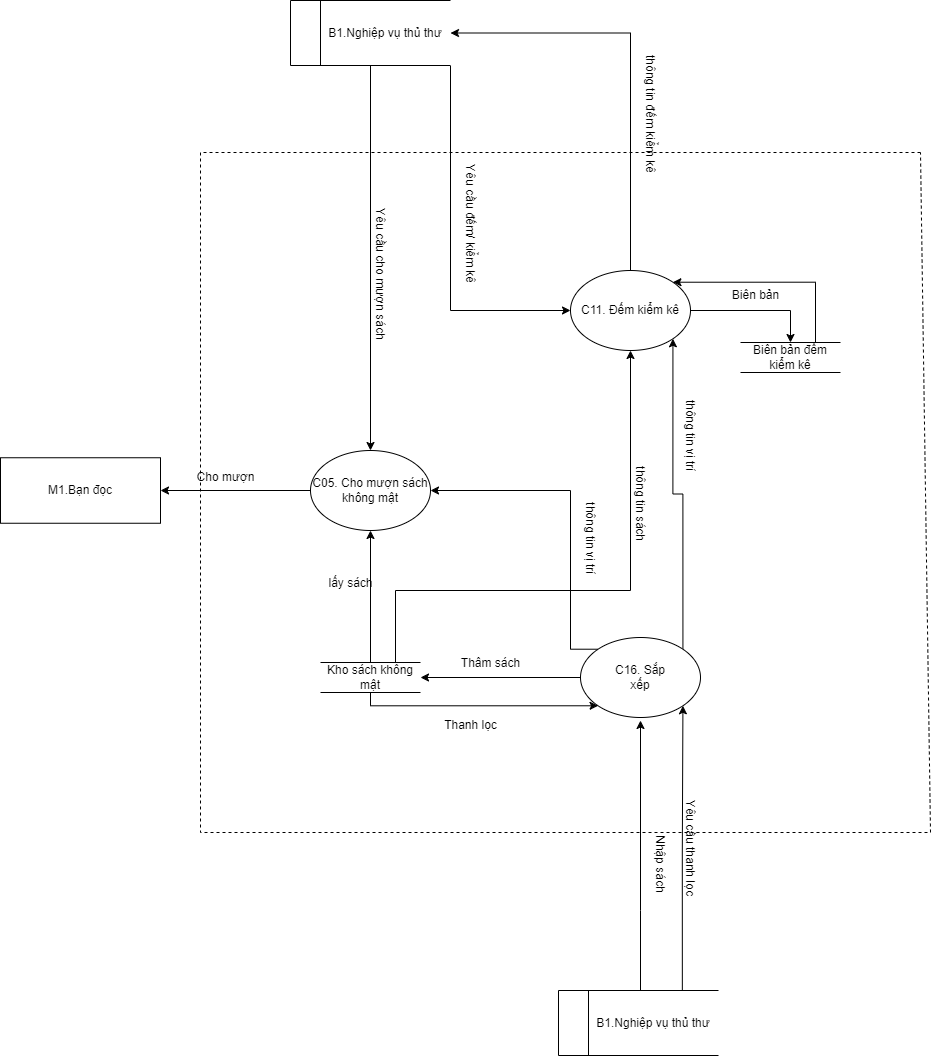
Before: bài tap lớn/DFD-DFD_2_Khokomat.drawio.png, a diagram exported from draw.io (vqh17062001/PTTKHT). Source tidied: cells renumbered, new cells last; positions are measured from the earlier drawing's top-left corner, leaving out a move shared by most shapes.
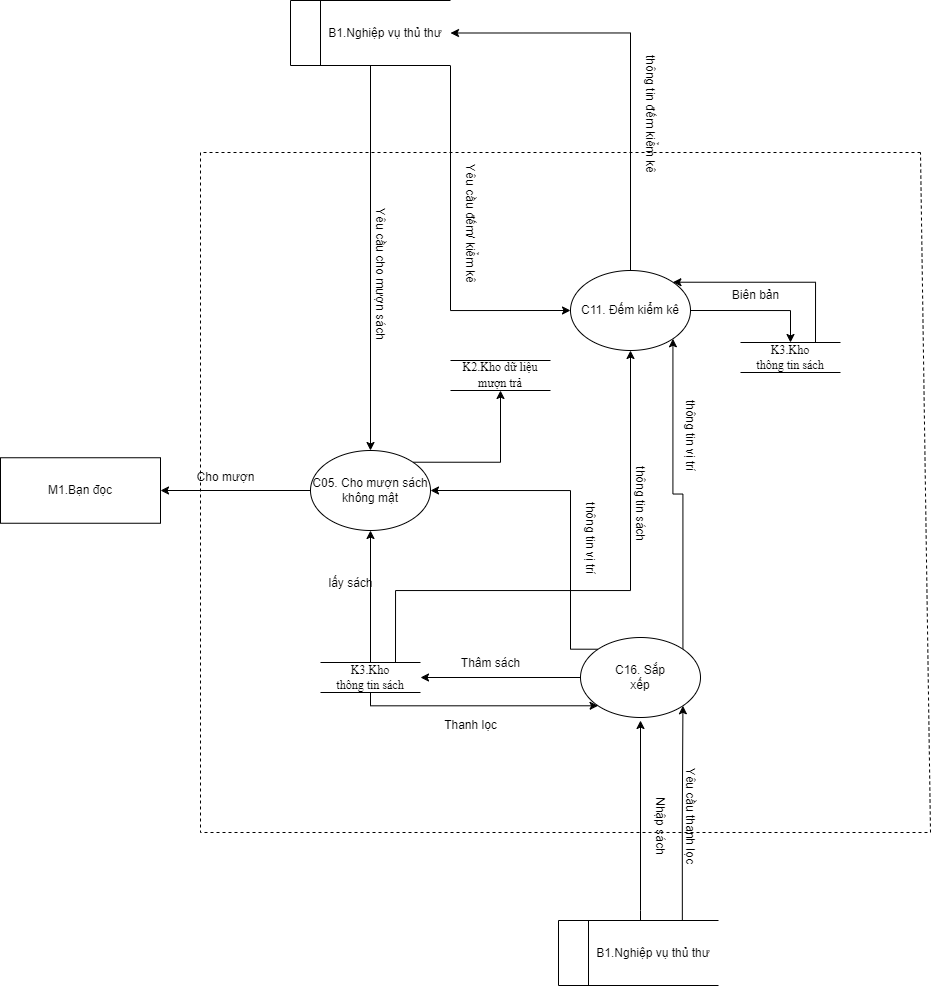
Later version of the same file.

Change to the diagram source:
```diff
@@ -16,6 +16,9 @@
     <mxCell id="3" style="edgeStyle=orthogonalEdgeStyle;rounded=0;jettySize=auto;html=1;entryX=1;entryY=0.5;entryDx=0;entryDy=0;" parent="1" edge="1" source="4" target="21">
       <mxGeometry relative="1" as="geometry" />
     </mxCell>
+    <mxCell id="38" style="edgeStyle=orthogonalEdgeStyle;rounded=0;jettySize=auto;html=1;exitX=1;exitY=0;exitDx=0;exitDy=0;entryX=0.5;entryY=1;entryDx=0;entryDy=0;" parent="1" edge="1" source="4" target="39">
+      <mxGeometry relative="1" as="geometry" />
+    </mxCell>
     <mxCell id="4" value="C05. Cho mượn sách không mật" style="ellipse;whiteSpace=wrap;html=1;" parent="1" vertex="1">
       <mxGeometry x="310" y="450" width="120" height="80" as="geometry" />
     </mxCell>
@@ -67,13 +70,13 @@
         </Array>
       </mxGeometry>
     </mxCell>
-    <mxCell id="15" value="Kho sách không mật" style="html=1;dashed=0;whiteSpace=wrap;shape=partialRectangle;right=0;left=0;" parent="1" vertex="1">
+    <mxCell id="15" value="&lt;span style=&quot;font-family: &amp;quot;Times New Roman&amp;quot;, serif;&quot;&gt;K3.Kho&lt;/span&gt;&lt;br style=&quot;font-family: &amp;quot;Times New Roman&amp;quot;, serif;&quot;&gt;&lt;span style=&quot;font-family: &amp;quot;Times New Roman&amp;quot;, serif;&quot;&gt;thông tin sách&lt;/span&gt;" style="html=1;dashed=0;whiteSpace=wrap;shape=partialRectangle;right=0;left=0;" parent="1" vertex="1">
       <mxGeometry x="320" y="662" width="100" height="30" as="geometry" />
     </mxCell>
     <mxCell id="16" style="edgeStyle=orthogonalEdgeStyle;rounded=0;jettySize=auto;html=1;exitX=0.75;exitY=0;exitDx=0;exitDy=0;entryX=1;entryY=0;entryDx=0;entryDy=0;" parent="1" edge="1" source="17" target="11">
       <mxGeometry relative="1" as="geometry" />
     </mxCell>
-    <mxCell id="17" value="Biên bản đếm kiểm kê" style="html=1;dashed=0;whiteSpace=wrap;shape=partialRectangle;right=0;left=0;" parent="1" vertex="1">
+    <mxCell id="17" value="&lt;span style=&quot;font-family: &amp;quot;Times New Roman&amp;quot;, serif;&quot;&gt;K3.Kho&lt;/span&gt;&lt;br style=&quot;font-family: &amp;quot;Times New Roman&amp;quot;, serif;&quot;&gt;&lt;span style=&quot;font-family: &amp;quot;Times New Roman&amp;quot;, serif;&quot;&gt;thông tin sách&lt;/span&gt;" style="html=1;dashed=0;whiteSpace=wrap;shape=partialRectangle;right=0;left=0;" parent="1" vertex="1">
       <mxGeometry x="740" y="342" width="100" height="30" as="geometry" />
     </mxCell>
     <mxCell id="18" style="edgeStyle=orthogonalEdgeStyle;rounded=0;jettySize=auto;html=1;entryX=0.5;entryY=0;entryDx=0;entryDy=0;" parent="1" edge="1" source="20" target="4">
@@ -101,7 +104,7 @@
       <mxGeometry relative="1" as="geometry" />
     </mxCell>
     <mxCell id="24" value="&amp;nbsp; &amp;nbsp; &amp;nbsp; &amp;nbsp; &amp;nbsp;&amp;nbsp;B1.&lt;span style=&quot;text-align: center;&quot;&gt;Nghiệp&amp;nbsp;&lt;/span&gt;&lt;span style=&quot;text-align: center;&quot;&gt;vụ thủ thư&lt;/span&gt;" style="html=1;dashed=0;whiteSpace=wrap;shape=mxgraph.dfd.dataStoreID;align=left;spacingLeft=3;points=[[0,0],[0.5,0],[1,0],[0,0.5],[1,0.5],[0,1],[0.5,1],[1,1]];" parent="1" vertex="1">
-      <mxGeometry x="558" y="990" width="160" height="65" as="geometry" />
+      <mxGeometry x="558" y="920" width="160" height="65" as="geometry" />
     </mxCell>
     <mxCell id="25" value="Yêu cầu cho mượn sách" style="text;html=1;align=center;verticalAlign=middle;strokeColor=none;fillColor=none;rotation=90;" parent="1" vertex="1">
       <mxGeometry x="305" y="258" width="150" height="30" as="geometry" />
@@ -122,7 +125,7 @@
       <mxGeometry x="720" y="280" width="70" height="30" as="geometry" />
     </mxCell>
     <mxCell id="31" value="Nhập sách" style="text;html=1;align=center;verticalAlign=middle;strokeColor=none;fillColor=none;rotation=90;" parent="1" vertex="1">
-      <mxGeometry x="620" y="848" width="80" height="30" as="geometry" />
+      <mxGeometry x="620" y="810" width="80" height="30" as="geometry" />
     </mxCell>
     <mxCell id="32" value="Thâm sách" style="text;html=1;align=center;verticalAlign=middle;strokeColor=none;fillColor=none;" parent="1" vertex="1">
       <mxGeometry x="450" y="648" width="80" height="30" as="geometry" />
@@ -131,7 +134,7 @@
       <mxGeometry x="430" y="710" width="80" height="30" as="geometry" />
     </mxCell>
     <mxCell id="34" value="Yêu cầu thanh lọc" style="text;html=1;align=center;verticalAlign=middle;strokeColor=none;fillColor=none;rotation=90;" parent="1" vertex="1">
-      <mxGeometry x="630" y="832" width="120" height="30" as="geometry" />
+      <mxGeometry x="630" y="800" width="120" height="30" as="geometry" />
     </mxCell>
     <mxCell id="35" value="thông tin đếm kiểm kê" style="text;html=1;align=center;verticalAlign=middle;strokeColor=none;fillColor=none;rotation=90;" parent="1" vertex="1">
       <mxGeometry x="580" y="98" width="140" height="30" as="geometry" />
@@ -142,5 +145,8 @@
     <mxCell id="37" value="thông tin vị trí" style="text;html=1;align=center;verticalAlign=middle;strokeColor=none;fillColor=none;rotation=90;" parent="1" vertex="1">
       <mxGeometry x="540" y="522.8" width="100" height="30" as="geometry" />
     </mxCell>
+    <mxCell id="39" value="&lt;span style=&quot;line-height: 130%; font-family: &amp;quot;Times New Roman&amp;quot;, serif;&quot; lang=&quot;EN-GB&quot;&gt;&lt;font style=&quot;font-size: 12px;&quot;&gt;K2.Kho dữ liệu mượn trả&lt;/font&gt;&lt;/span&gt;" style="html=1;dashed=0;whiteSpace=wrap;shape=partialRectangle;right=0;left=0;" parent="1" vertex="1">
+      <mxGeometry x="450" y="360" width="100" height="30" as="geometry" />
+    </mxCell>
   </root>
 </mxGraphModel>
```
